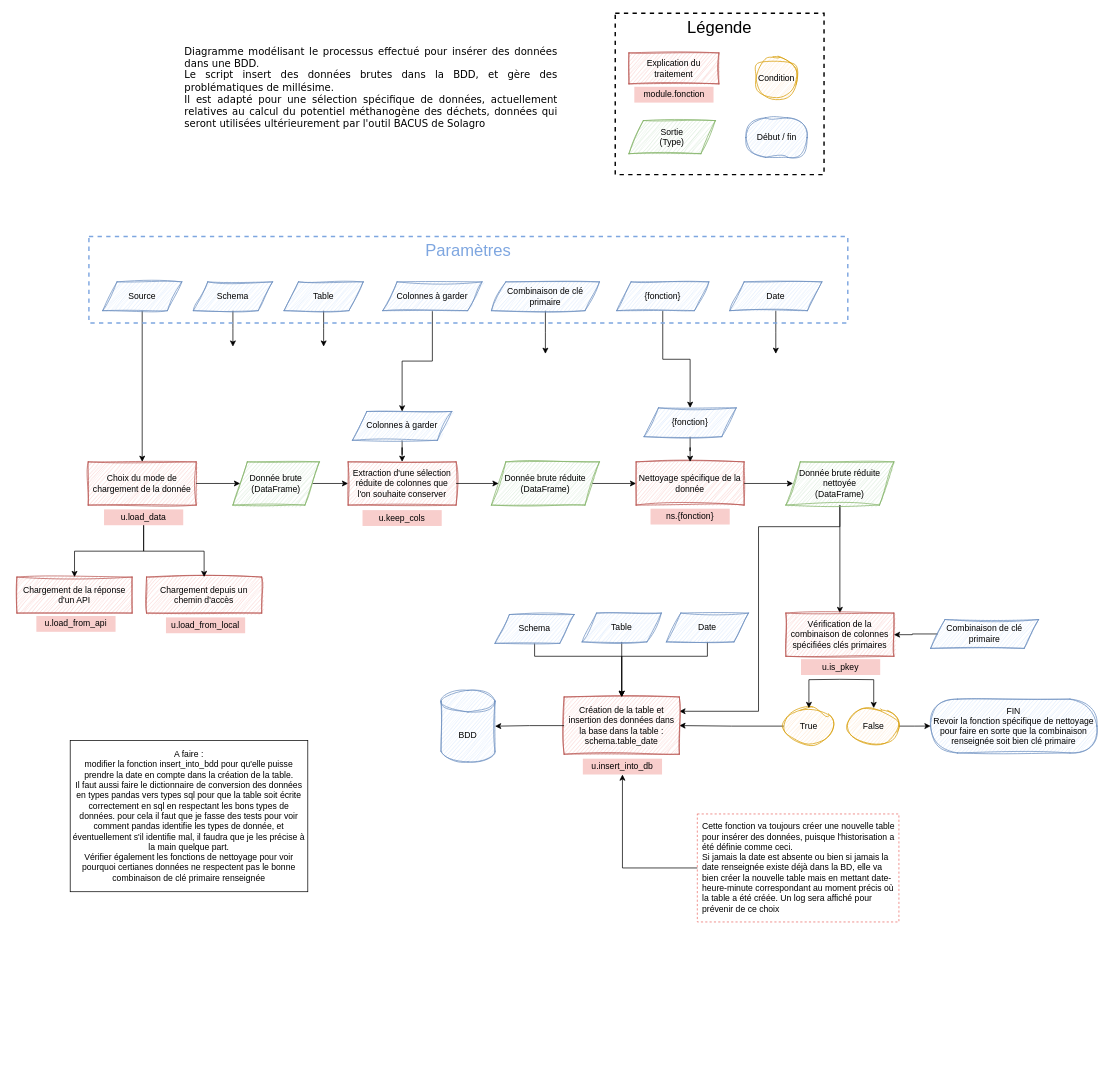
Above: pretraitement_bdd_bacus.drawio in dodviso/solagro_sql_bacus (draw.io), before the change. Source tidied: cells renumbered, new cells numbered last; positions are measured from the earlier drawing's top-left corner, leaving out a move shared by most shapes. Both pictures are drawn from the tidied source at 72%, with x=0, y=0 at pixel (17, 13).
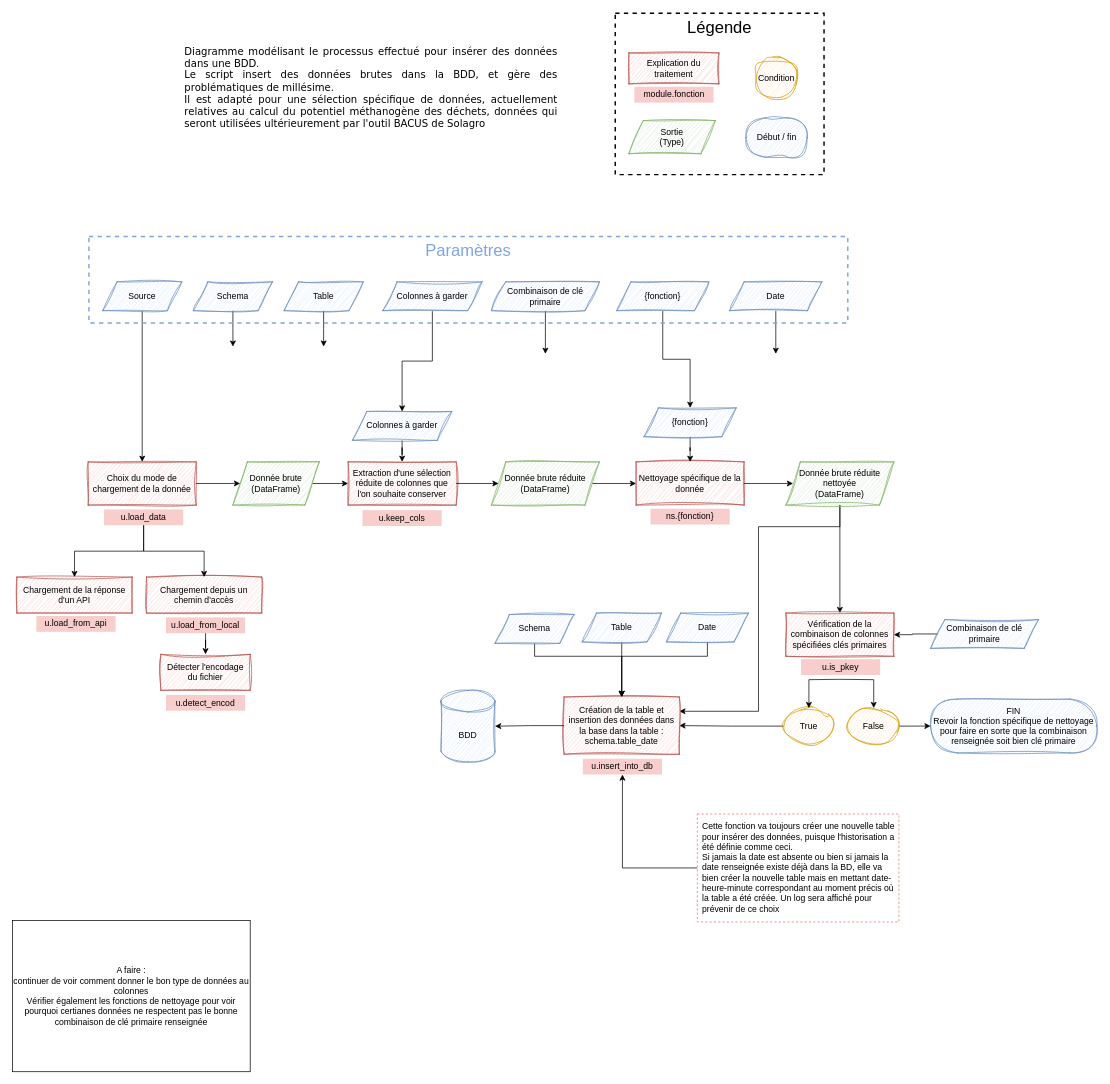
The same page after the edit.

Commit message:
Mettre à jour pretraitement_bdd_bacus.drawio

The change refers to these unchanged cells:
```xml
<mxCell id="9" value="u.load_from_local" style="text;html=1;align=center;verticalAlign=middle;whiteSpace=wrap;rounded=0;fillColor=#f8cecc;strokeColor=none;glass=0;shadow=0;" parent="8" vertex="1">
  <mxGeometry x="27" y="64" width="110" height="22" as="geometry" />
</mxCell>
```

Diff of the diagram source:
```diff
@@
-    <mxCell id="82" value="&lt;div&gt;A faire :&lt;/div&gt;&lt;div&gt;modifier la fonction insert_into_bdd pour qu'elle puisse prendre la date en compte dans la création de la table. &lt;br&gt;&lt;/div&gt;&lt;div&gt;Il faut aussi faire le dictionnaire de conversion des données en types pandas vers types sql pour que la table soit écrite correctement en sql en respectant les bons types de données. pour cela il faut que je fasse des tests pour voir comment pandas identifie les types de donnée, et éventuellement s'il identifie mal, il faudra que je les précise à la main quelque part.&lt;/div&gt;&lt;div&gt;Vérifier également les fonctions de nettoyage pour voir pourquoi certianes données ne respectent pas le bonne combinaison de clé primaire renseignée&lt;br&gt;&lt;/div&gt;" style="rounded=0;whiteSpace=wrap;html=1;" parent="1" vertex="1">
-      <mxGeometry x="74" y="1010" width="330" height="210" as="geometry" />
+    <mxCell id="82" value="&lt;div&gt;A faire :&lt;/div&gt;continuer de voir comment donner le bon type de données au colonnes &lt;br&gt;&lt;div&gt;Vérifier également les fonctions de nettoyage pour voir pourquoi certianes données ne respectent pas le bonne combinaison de clé primaire renseignée&lt;br&gt;&lt;/div&gt;" style="rounded=0;whiteSpace=wrap;html=1;" parent="1" vertex="1">
+      <mxGeometry x="-6" y="1260" width="330" height="210" as="geometry" />
     </mxCell>
+    <mxCell id="83" style="group;" parent="1" vertex="1">
+      <mxGeometry x="200" y="890.3" width="124" height="78.3" as="geometry" />
+    </mxCell>
+    <mxCell id="84" value="Détecter l'encodage du fichier" style="rounded=0;whiteSpace=wrap;html=1;fillColor=#f8cecc;strokeColor=#b85450;sketch=1;curveFitting=1;jiggle=2;" parent="83" vertex="1">
+      <mxGeometry width="124" height="50" as="geometry" />
+    </mxCell>
+    <mxCell id="85" value="u.detect_encod" style="text;html=1;align=center;verticalAlign=middle;whiteSpace=wrap;rounded=0;fillColor=#f8cecc;strokeColor=none;glass=0;shadow=0;" parent="83" vertex="1">
+      <mxGeometry x="7" y="56.3" width="110" height="22" as="geometry" />
+    </mxCell>
+    <mxCell id="86" style="edgeStyle=orthogonalEdgeStyle;rounded=0;jettySize=auto;html=1;entryX=0.5;entryY=0;entryDx=0;entryDy=0;" parent="1" edge="1" source="9" target="84">
+      <mxGeometry relative="1" as="geometry" />
+    </mxCell>
```
